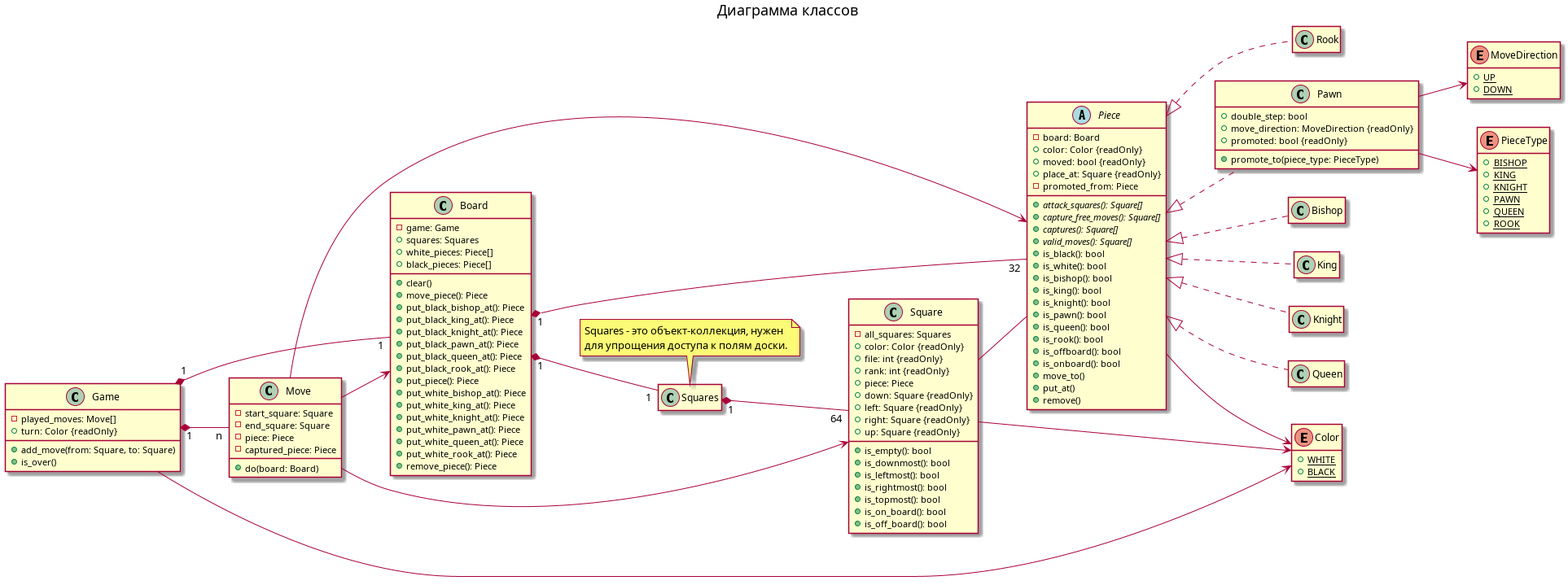
Before: docs/chess.png, a diagram exported from PlantUML (jaeshaed/531-chess). Its source is kept beside it as docs/chess.puml.
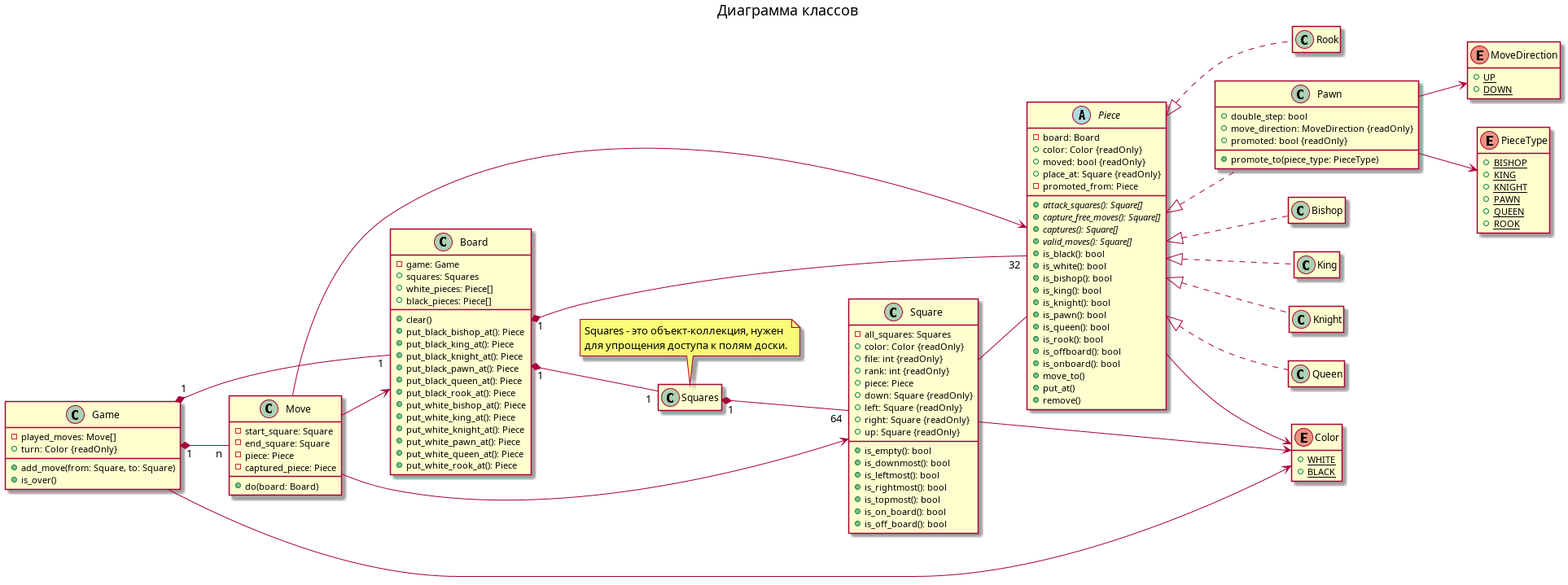
Later version of the same file.

Commit message:
Убрал устаревшие методы Board.

The edit, as a diff of the source:
```diff
@@ -9,21 +9,18 @@
   +white_pieces: Piece[]
   +black_pieces: Piece[]
   +clear()
-  +move_piece(): Piece
   +put_black_bishop_at(): Piece
   +put_black_king_at(): Piece
   +put_black_knight_at(): Piece
   +put_black_pawn_at(): Piece
   +put_black_queen_at(): Piece
   +put_black_rook_at(): Piece
-  +put_piece(): Piece
   +put_white_bishop_at(): Piece
   +put_white_king_at(): Piece
   +put_white_knight_at(): Piece
   +put_white_pawn_at(): Piece
   +put_white_queen_at(): Piece
   +put_white_rook_at(): Piece
-  +remove_piece(): Piece
 }
 Board "1" *-- "32" Piece
 Board "1" *-- "1" Squares
```
